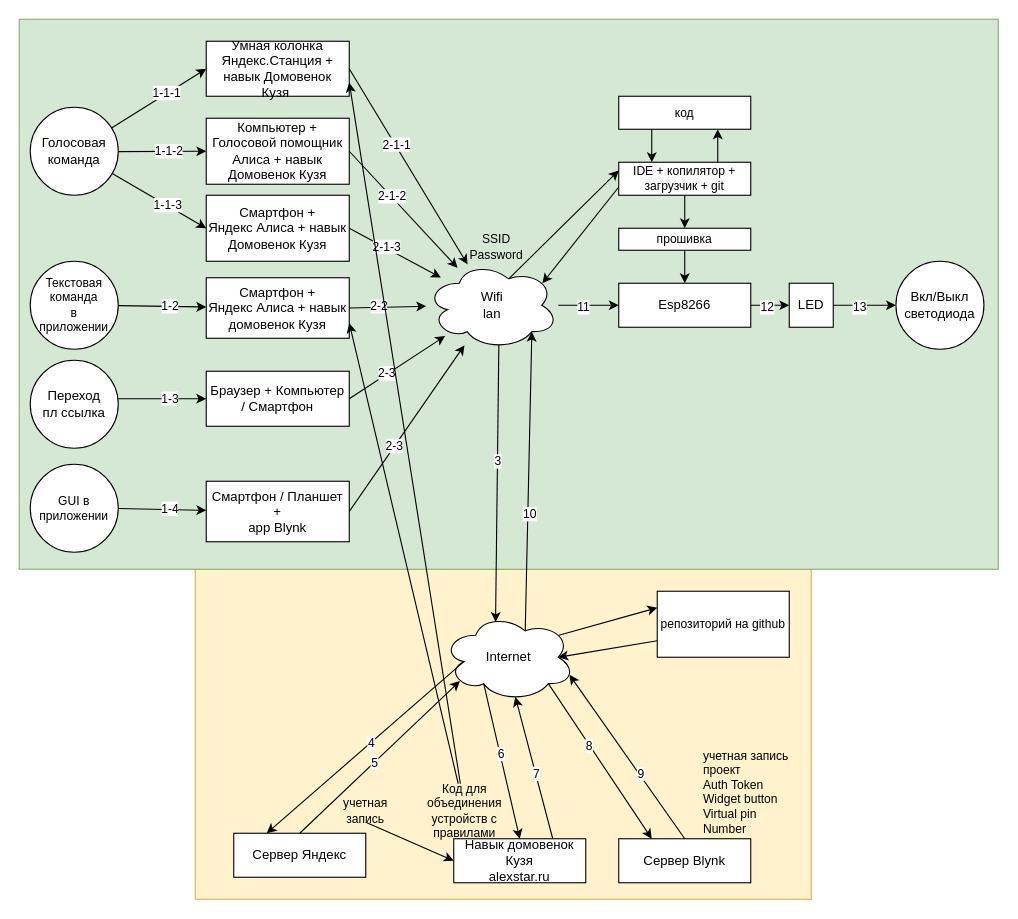
The draw.io diagram diagrams/AliceLED.drawio in petrpk01/AliceLED, before the edit. Source tidied: cells renumbered, new cells numbered last; positions are measured from the earlier drawing's top-left corner, leaving out a move shared by most shapes. Both pictures are drawn from the tidied source at 110%, with x=0, y=0 at pixel (19, 19).
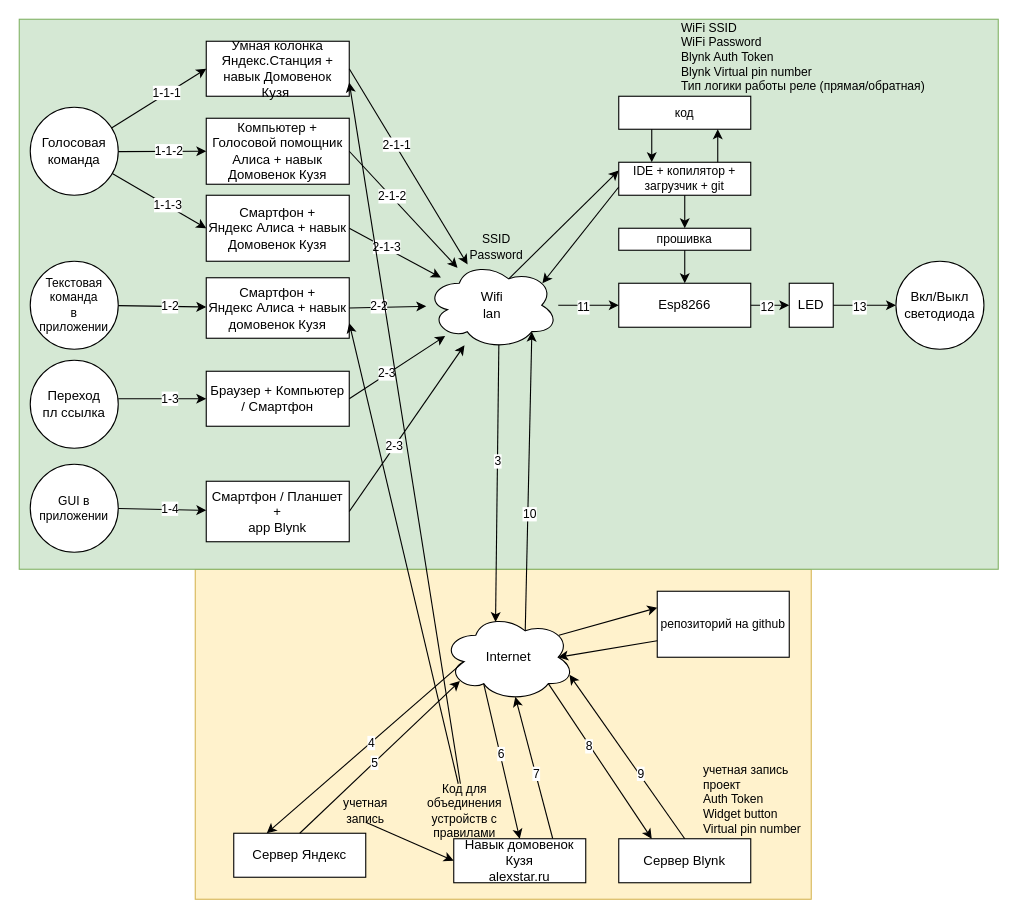
The same diagram, later.

Diff of the diagram source:
```diff
@@
-    <mxCell id="63" value="учетная запись&lt;br&gt;проект&lt;br&gt;Auth Token&lt;br&gt;Widget button&lt;br&gt;Virtual pin Number" style="text;html=1;strokeColor=none;fillColor=none;align=left;verticalAlign=bottom;whiteSpace=wrap;rounded=0;fontSize=11;" parent="1" vertex="1">
-      <mxGeometry x="620" y="660" width="90" height="85" as="geometry" />
+    <mxCell id="63" value="учетная запись&lt;br&gt;проект&lt;br&gt;Auth Token&lt;br&gt;Widget button&lt;br&gt;Virtual pin number" style="text;html=1;strokeColor=none;fillColor=none;align=left;verticalAlign=bottom;whiteSpace=wrap;rounded=0;fontSize=11;" parent="1" vertex="1">
+      <mxGeometry x="620" y="660" width="100" height="85" as="geometry" />
     </mxCell>
@@
+    <mxCell id="87" value="WiFi SSID&lt;br&gt;WiFi Password&lt;br&gt;&lt;span&gt;Blynk Auth Token&lt;br&gt;Blynk Virtual pin number&lt;br&gt;Тип логики работы реле (прямая/обратная)&lt;br&gt;&lt;/span&gt;" style="text;html=1;strokeColor=none;fillColor=none;align=left;verticalAlign=bottom;whiteSpace=wrap;rounded=0;fontSize=11;" parent="1" vertex="1">
+      <mxGeometry x="600" y="2.5" width="270" height="67.5" as="geometry" />
+    </mxCell>
```
